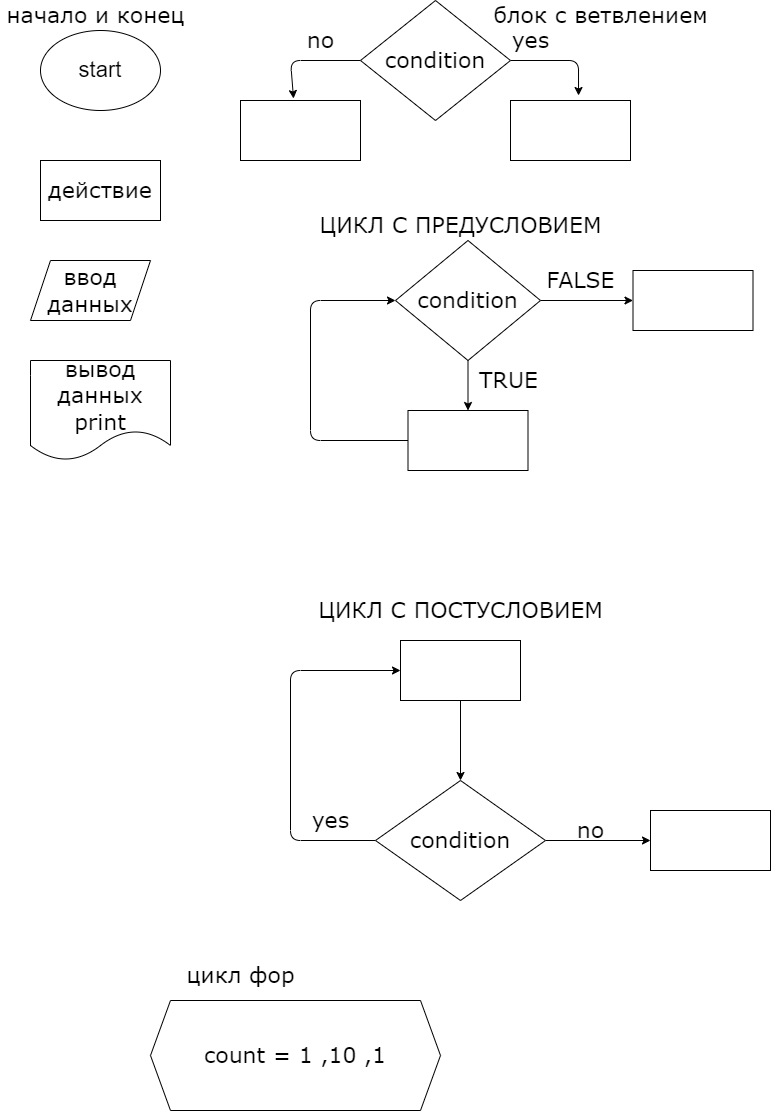
Above: ex000.drawio.png in KiraStarikova/Practice_nwe (draw.io), before the change. Source tidied: cells renumbered, new cells last; positions are measured from the earlier drawing's top-left corner, leaving out a move shared by most shapes. Its diagram source:
```xml
<mxGraphModel>
  <root>
    <mxCell id="0" />
    <mxCell id="1" parent="0" />
    <mxCell id="2" value="start" style="ellipse;whiteSpace=wrap;html=1;fontSize=22;" parent="1" vertex="1">
      <mxGeometry x="40" y="30" width="120" height="80" as="geometry" />
    </mxCell>
    <mxCell id="3" value="начало и конец&lt;br&gt;" style="text;html=1;align=center;verticalAlign=middle;points=[];strokeColor=none;fillColor=none;fontSize=22;fontFamily=Verdana;" parent="1" vertex="1">
      <mxGeometry width="190" height="30" as="geometry" />
    </mxCell>
    <mxCell id="4" value="действие" style="rounded=0;whiteSpace=wrap;html=1;fontFamily=Verdana;fontSize=22;" parent="1" vertex="1">
      <mxGeometry x="40" y="160" width="120" height="60" as="geometry" />
    </mxCell>
    <mxCell id="5" value="ввод данных" style="shape=parallelogram;perimeter=parallelogramPerimeter;whiteSpace=wrap;html=1;fixedSize=1;fontFamily=Verdana;fontSize=22;" parent="1" vertex="1">
      <mxGeometry x="30" y="260" width="120" height="60" as="geometry" />
    </mxCell>
    <mxCell id="6" value="вывод данных&lt;br&gt;print" style="shape=document;whiteSpace=wrap;html=1;boundedLbl=1;fontFamily=Verdana;fontSize=22;" parent="1" vertex="1">
      <mxGeometry x="30" y="360" width="140" height="100" as="geometry" />
    </mxCell>
    <mxCell id="7" style="edgeStyle=none;html=1;exitX=1;exitY=0.5;exitDx=0;exitDy=0;entryX=0.567;entryY=-0.083;entryDx=0;entryDy=0;entryPerimeter=0;fontFamily=Verdana;fontSize=22;" parent="1" edge="1" source="9" target="10">
      <mxGeometry relative="1" as="geometry">
        <Array as="points">
          <mxPoint x="578" y="60" />
        </Array>
      </mxGeometry>
    </mxCell>
    <mxCell id="8" style="edgeStyle=none;html=1;exitX=0;exitY=0.5;exitDx=0;exitDy=0;entryX=0.442;entryY=-0.033;entryDx=0;entryDy=0;entryPerimeter=0;fontFamily=Verdana;fontSize=22;" parent="1" edge="1" source="9" target="11">
      <mxGeometry relative="1" as="geometry">
        <Array as="points">
          <mxPoint x="290" y="60" />
        </Array>
      </mxGeometry>
    </mxCell>
    <mxCell id="9" value="condition" style="rhombus;whiteSpace=wrap;html=1;fontFamily=Verdana;fontSize=22;" parent="1" vertex="1">
      <mxGeometry x="360" width="150" height="120" as="geometry" />
    </mxCell>
    <mxCell id="10" style="rounded=0;whiteSpace=wrap;html=1;fontFamily=Verdana;fontSize=22;" parent="1" vertex="1">
      <mxGeometry x="510" y="100" width="120" height="60" as="geometry" />
    </mxCell>
    <mxCell id="11" style="rounded=0;whiteSpace=wrap;html=1;fontFamily=Verdana;fontSize=22;" parent="1" vertex="1">
      <mxGeometry x="240" y="100" width="120" height="60" as="geometry" />
    </mxCell>
    <mxCell id="12" value="yes" style="text;html=1;align=center;verticalAlign=middle;strokeColor=none;fillColor=none;fontSize=22;fontFamily=Verdana;" parent="1" vertex="1">
      <mxGeometry x="505" y="25" width="50" height="30" as="geometry" />
    </mxCell>
    <mxCell id="13" value="no" style="text;html=1;align=center;verticalAlign=middle;strokeColor=none;fillColor=none;fontSize=22;fontFamily=Verdana;" parent="1" vertex="1">
      <mxGeometry x="300" y="25" width="40" height="30" as="geometry" />
    </mxCell>
    <mxCell id="14" style="edgeStyle=none;html=1;entryX=0.5;entryY=0;entryDx=0;entryDy=0;fontFamily=Verdana;fontSize=22;" parent="1" edge="1" source="16" target="18">
      <mxGeometry relative="1" as="geometry" />
    </mxCell>
    <mxCell id="15" style="edgeStyle=none;html=1;fontFamily=Verdana;fontSize=22;" parent="1" edge="1" source="16" target="21">
      <mxGeometry relative="1" as="geometry" />
    </mxCell>
    <mxCell id="16" value="condition" style="rhombus;whiteSpace=wrap;html=1;fontFamily=Verdana;fontSize=22;" parent="1" vertex="1">
      <mxGeometry x="395" y="240" width="145" height="120" as="geometry" />
    </mxCell>
    <mxCell id="17" style="edgeStyle=none;html=1;exitX=0;exitY=0.5;exitDx=0;exitDy=0;entryX=0;entryY=0.5;entryDx=0;entryDy=0;fontFamily=Verdana;fontSize=22;" parent="1" edge="1" source="18" target="16">
      <mxGeometry relative="1" as="geometry">
        <Array as="points">
          <mxPoint x="310" y="440" />
          <mxPoint x="310" y="300" />
        </Array>
      </mxGeometry>
    </mxCell>
    <mxCell id="18" style="rounded=0;whiteSpace=wrap;html=1;fontFamily=Verdana;fontSize=22;" parent="1" vertex="1">
      <mxGeometry x="407.5" y="410" width="120" height="60" as="geometry" />
    </mxCell>
    <mxCell id="19" value="TRUE" style="text;html=1;align=center;verticalAlign=middle;strokeColor=none;fillColor=none;fontSize=22;fontFamily=Verdana;" parent="1" vertex="1">
      <mxGeometry x="472.5" y="365" width="70" height="30" as="geometry" />
    </mxCell>
    <mxCell id="20" value="ЦИКЛ С ПРЕДУСЛОВИЕМ" style="text;html=1;align=center;verticalAlign=middle;strokeColor=none;fillColor=none;fontSize=22;fontFamily=Verdana;" parent="1" vertex="1">
      <mxGeometry x="310" y="210" width="300" height="30" as="geometry" />
    </mxCell>
    <mxCell id="21" style="whiteSpace=wrap;html=1;fontSize=22;fontFamily=Verdana;" parent="1" vertex="1">
      <mxGeometry x="632.5" y="270" width="120" height="60" as="geometry" />
    </mxCell>
    <mxCell id="22" value="FALSE" style="text;html=1;align=center;verticalAlign=middle;strokeColor=none;fillColor=none;fontSize=22;fontFamily=Verdana;" parent="1" vertex="1">
      <mxGeometry x="540" y="265" width="80" height="30" as="geometry" />
    </mxCell>
    <mxCell id="23" style="edgeStyle=none;html=1;fontFamily=Verdana;fontSize=22;" parent="1" edge="1" source="24" target="27">
      <mxGeometry relative="1" as="geometry" />
    </mxCell>
    <mxCell id="24" style="rounded=0;whiteSpace=wrap;html=1;fontFamily=Verdana;fontSize=22;" parent="1" vertex="1">
      <mxGeometry x="400" y="640" width="120" height="60" as="geometry" />
    </mxCell>
    <mxCell id="25" style="edgeStyle=none;html=1;entryX=0;entryY=0.5;entryDx=0;entryDy=0;fontFamily=Verdana;fontSize=22;exitX=0;exitY=0.5;exitDx=0;exitDy=0;" parent="1" edge="1" source="27" target="24">
      <mxGeometry relative="1" as="geometry">
        <Array as="points">
          <mxPoint x="290" y="840" />
          <mxPoint x="290" y="670" />
        </Array>
      </mxGeometry>
    </mxCell>
    <mxCell id="26" style="edgeStyle=none;html=1;fontFamily=Verdana;fontSize=22;" parent="1" edge="1" source="27" target="29">
      <mxGeometry relative="1" as="geometry" />
    </mxCell>
    <mxCell id="27" value="condition" style="rhombus;whiteSpace=wrap;html=1;fontSize=22;fontFamily=Verdana;rounded=0;" parent="1" vertex="1">
      <mxGeometry x="375" y="780" width="170" height="120" as="geometry" />
    </mxCell>
    <mxCell id="28" value="yes" style="text;html=1;align=center;verticalAlign=middle;strokeColor=none;fillColor=none;fontSize=22;fontFamily=Verdana;" parent="1" vertex="1">
      <mxGeometry x="305" y="805" width="50" height="30" as="geometry" />
    </mxCell>
    <mxCell id="29" style="whiteSpace=wrap;html=1;fontSize=22;fontFamily=Verdana;rounded=0;" parent="1" vertex="1">
      <mxGeometry x="650" y="810" width="120" height="60" as="geometry" />
    </mxCell>
    <mxCell id="30" value="no" style="text;html=1;align=center;verticalAlign=middle;strokeColor=none;fillColor=none;fontSize=22;fontFamily=Verdana;" parent="1" vertex="1">
      <mxGeometry x="570" y="815" width="40" height="30" as="geometry" />
    </mxCell>
    <mxCell id="31" value="ЦИКЛ С ПОСТУСЛОВИЕМ" style="text;html=1;align=center;verticalAlign=middle;strokeColor=none;fillColor=none;fontSize=22;fontFamily=Verdana;" parent="1" vertex="1">
      <mxGeometry x="310" y="595" width="300" height="30" as="geometry" />
    </mxCell>
    <mxCell id="32" value="блок с ветвлением" style="text;html=1;align=center;verticalAlign=middle;strokeColor=none;fillColor=none;fontSize=22;fontFamily=Verdana;" parent="1" vertex="1">
      <mxGeometry x="485" width="230" height="30" as="geometry" />
    </mxCell>
    <mxCell id="33" value="count = 1 ,10 ,1" style="shape=hexagon;perimeter=hexagonPerimeter2;whiteSpace=wrap;html=1;fixedSize=1;fontFamily=Verdana;fontSize=22;" parent="1" vertex="1">
      <mxGeometry x="150" y="1000" width="290" height="110" as="geometry" />
    </mxCell>
    <mxCell id="34" value="цикл фор" style="text;html=1;align=center;verticalAlign=middle;strokeColor=none;fillColor=none;fontSize=22;fontFamily=Verdana;" parent="1" vertex="1">
      <mxGeometry x="180" y="960" width="120" height="30" as="geometry" />
    </mxCell>
  </root>
</mxGraphModel>
```
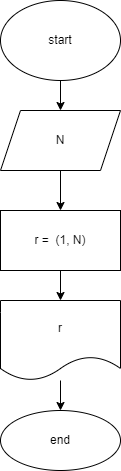
After the commit.

Commit message:
схема выбора случайного числа

Diff of the diagram source:
```diff
@@ -2,122 +2,32 @@
   <root>
     <mxCell id="0" />
     <mxCell id="1" parent="0" />
+    <mxCell id="4" style="edgeStyle=none;html=1;" parent="1" edge="1" source="2" target="3">
+      <mxGeometry relative="1" as="geometry" />
+    </mxCell>
-    <mxCell id="2" value="start" style="ellipse;whiteSpace=wrap;html=1;fontSize=22;" parent="1" vertex="1">
-      <mxGeometry x="40" y="30" width="120" height="80" as="geometry" />
+    <mxCell id="2" value="start" style="ellipse;whiteSpace=wrap;html=1;" parent="1" vertex="1">
+      <mxGeometry x="160" y="30" width="120" height="80" as="geometry" />
     </mxCell>
+    <mxCell id="9" style="edgeStyle=none;html=1;" parent="1" edge="1" source="3" target="6">
+      <mxGeometry relative="1" as="geometry" />
+    </mxCell>
-    <mxCell id="3" value="начало и конец&lt;br&gt;" style="text;html=1;align=center;verticalAlign=middle;points=[];strokeColor=none;fillColor=none;fontSize=22;fontFamily=Verdana;" parent="1" vertex="1">
-      <mxGeometry width="190" height="30" as="geometry" />
+    <mxCell id="3" value="N" style="shape=parallelogram;perimeter=parallelogramPerimeter;whiteSpace=wrap;html=1;fixedSize=1;" parent="1" vertex="1">
+      <mxGeometry x="160" y="140" width="120" height="60" as="geometry" />
     </mxCell>
-    <mxCell id="4" value="действие" style="rounded=0;whiteSpace=wrap;html=1;fontFamily=Verdana;fontSize=22;" parent="1" vertex="1">
-      <mxGeometry x="40" y="160" width="120" height="60" as="geometry" />
-    </mxCell>
-    <mxCell id="5" value="ввод данных" style="shape=parallelogram;perimeter=parallelogramPerimeter;whiteSpace=wrap;html=1;fixedSize=1;fontFamily=Verdana;fontSize=22;" parent="1" vertex="1">
-      <mxGeometry x="30" y="260" width="120" height="60" as="geometry" />
-    </mxCell>
+    <mxCell id="11" style="edgeStyle=none;html=1;" parent="1" edge="1" source="6" target="10">
+      <mxGeometry relative="1" as="geometry" />
+    </mxCell>
-    <mxCell id="6" value="вывод данных&lt;br&gt;print" style="shape=document;whiteSpace=wrap;html=1;boundedLbl=1;fontFamily=Verdana;fontSize=22;" parent="1" vertex="1">
-      <mxGeometry x="30" y="360" width="140" height="100" as="geometry" />
+    <mxCell id="6" value="r =&amp;nbsp; (1, N)" style="whiteSpace=wrap;html=1;" parent="1" vertex="1">
+      <mxGeometry x="160" y="240" width="120" height="60" as="geometry" />
     </mxCell>
+    <mxCell id="8" style="edgeStyle=none;html=1;" parent="1" edge="1" source="10" target="7">
+      <mxGeometry relative="1" as="geometry" />
+    </mxCell>
+    <mxCell id="10" value="r" style="shape=document;whiteSpace=wrap;html=1;boundedLbl=1;" parent="1" vertex="1">
+      <mxGeometry x="160" y="330" width="120" height="80" as="geometry" />
+    </mxCell>
-    <mxCell id="7" style="edgeStyle=none;html=1;exitX=1;exitY=0.5;exitDx=0;exitDy=0;entryX=0.567;entryY=-0.083;entryDx=0;entryDy=0;entryPerimeter=0;fontFamily=Verdana;fontSize=22;" parent="1" edge="1" source="9" target="10">
-      <mxGeometry relative="1" as="geometry">
-        <Array as="points">
-          <mxPoint x="578" y="60" />
-        </Array>
-      </mxGeometry>
+    <mxCell id="7" value="end" style="ellipse;whiteSpace=wrap;html=1;" parent="1" vertex="1">
+      <mxGeometry x="160" y="440" width="120" height="60" as="geometry" />
     </mxCell>
-    <mxCell id="8" style="edgeStyle=none;html=1;exitX=0;exitY=0.5;exitDx=0;exitDy=0;entryX=0.442;entryY=-0.033;entryDx=0;entryDy=0;entryPerimeter=0;fontFamily=Verdana;fontSize=22;" parent="1" edge="1" source="9" target="11">
-      <mxGeometry relative="1" as="geometry">
-        <Array as="points">
-          <mxPoint x="290" y="60" />
-        </Array>
-      </mxGeometry>
-    </mxCell>
-    <mxCell id="9" value="condition" style="rhombus;whiteSpace=wrap;html=1;fontFamily=Verdana;fontSize=22;" parent="1" vertex="1">
-      <mxGeometry x="360" width="150" height="120" as="geometry" />
-    </mxCell>
-    <mxCell id="10" style="rounded=0;whiteSpace=wrap;html=1;fontFamily=Verdana;fontSize=22;" parent="1" vertex="1">
-      <mxGeometry x="510" y="100" width="120" height="60" as="geometry" />
-    </mxCell>
-    <mxCell id="11" style="rounded=0;whiteSpace=wrap;html=1;fontFamily=Verdana;fontSize=22;" parent="1" vertex="1">
-      <mxGeometry x="240" y="100" width="120" height="60" as="geometry" />
-    </mxCell>
-    <mxCell id="12" value="yes" style="text;html=1;align=center;verticalAlign=middle;strokeColor=none;fillColor=none;fontSize=22;fontFamily=Verdana;" parent="1" vertex="1">
-      <mxGeometry x="505" y="25" width="50" height="30" as="geometry" />
-    </mxCell>
-    <mxCell id="13" value="no" style="text;html=1;align=center;verticalAlign=middle;strokeColor=none;fillColor=none;fontSize=22;fontFamily=Verdana;" parent="1" vertex="1">
-      <mxGeometry x="300" y="25" width="40" height="30" as="geometry" />
-    </mxCell>
-    <mxCell id="14" style="edgeStyle=none;html=1;entryX=0.5;entryY=0;entryDx=0;entryDy=0;fontFamily=Verdana;fontSize=22;" parent="1" edge="1" source="16" target="18">
-      <mxGeometry relative="1" as="geometry" />
-    </mxCell>
-    <mxCell id="15" style="edgeStyle=none;html=1;fontFamily=Verdana;fontSize=22;" parent="1" edge="1" source="16" target="21">
-      <mxGeometry relative="1" as="geometry" />
-    </mxCell>
-    <mxCell id="16" value="condition" style="rhombus;whiteSpace=wrap;html=1;fontFamily=Verdana;fontSize=22;" parent="1" vertex="1">
-      <mxGeometry x="395" y="240" width="145" height="120" as="geometry" />
-    </mxCell>
-    <mxCell id="17" style="edgeStyle=none;html=1;exitX=0;exitY=0.5;exitDx=0;exitDy=0;entryX=0;entryY=0.5;entryDx=0;entryDy=0;fontFamily=Verdana;fontSize=22;" parent="1" edge="1" source="18" target="16">
-      <mxGeometry relative="1" as="geometry">
-        <Array as="points">
-          <mxPoint x="310" y="440" />
-          <mxPoint x="310" y="300" />
-        </Array>
-      </mxGeometry>
-    </mxCell>
-    <mxCell id="18" style="rounded=0;whiteSpace=wrap;html=1;fontFamily=Verdana;fontSize=22;" parent="1" vertex="1">
-      <mxGeometry x="407.5" y="410" width="120" height="60" as="geometry" />
-    </mxCell>
-    <mxCell id="19" value="TRUE" style="text;html=1;align=center;verticalAlign=middle;strokeColor=none;fillColor=none;fontSize=22;fontFamily=Verdana;" parent="1" vertex="1">
-      <mxGeometry x="472.5" y="365" width="70" height="30" as="geometry" />
-    </mxCell>
-    <mxCell id="20" value="ЦИКЛ С ПРЕДУСЛОВИЕМ" style="text;html=1;align=center;verticalAlign=middle;strokeColor=none;fillColor=none;fontSize=22;fontFamily=Verdana;" parent="1" vertex="1">
-      <mxGeometry x="310" y="210" width="300" height="30" as="geometry" />
-    </mxCell>
-    <mxCell id="21" style="whiteSpace=wrap;html=1;fontSize=22;fontFamily=Verdana;" parent="1" vertex="1">
-      <mxGeometry x="632.5" y="270" width="120" height="60" as="geometry" />
-    </mxCell>
-    <mxCell id="22" value="FALSE" style="text;html=1;align=center;verticalAlign=middle;strokeColor=none;fillColor=none;fontSize=22;fontFamily=Verdana;" parent="1" vertex="1">
-      <mxGeometry x="540" y="265" width="80" height="30" as="geometry" />
-    </mxCell>
-    <mxCell id="23" style="edgeStyle=none;html=1;fontFamily=Verdana;fontSize=22;" parent="1" edge="1" source="24" target="27">
-      <mxGeometry relative="1" as="geometry" />
-    </mxCell>
-    <mxCell id="24" style="rounded=0;whiteSpace=wrap;html=1;fontFamily=Verdana;fontSize=22;" parent="1" vertex="1">
-      <mxGeometry x="400" y="640" width="120" height="60" as="geometry" />
-    </mxCell>
-    <mxCell id="25" style="edgeStyle=none;html=1;entryX=0;entryY=0.5;entryDx=0;entryDy=0;fontFamily=Verdana;fontSize=22;exitX=0;exitY=0.5;exitDx=0;exitDy=0;" parent="1" edge="1" source="27" target="24">
-      <mxGeometry relative="1" as="geometry">
-        <Array as="points">
-          <mxPoint x="290" y="840" />
-          <mxPoint x="290" y="670" />
-        </Array>
-      </mxGeometry>
-    </mxCell>
-    <mxCell id="26" style="edgeStyle=none;html=1;fontFamily=Verdana;fontSize=22;" parent="1" edge="1" source="27" target="29">
-      <mxGeometry relative="1" as="geometry" />
-    </mxCell>
-    <mxCell id="27" value="condition" style="rhombus;whiteSpace=wrap;html=1;fontSize=22;fontFamily=Verdana;rounded=0;" parent="1" vertex="1">
-      <mxGeometry x="375" y="780" width="170" height="120" as="geometry" />
-    </mxCell>
-    <mxCell id="28" value="yes" style="text;html=1;align=center;verticalAlign=middle;strokeColor=none;fillColor=none;fontSize=22;fontFamily=Verdana;" parent="1" vertex="1">
-      <mxGeometry x="305" y="805" width="50" height="30" as="geometry" />
-    </mxCell>
-    <mxCell id="29" style="whiteSpace=wrap;html=1;fontSize=22;fontFamily=Verdana;rounded=0;" parent="1" vertex="1">
-      <mxGeometry x="650" y="810" width="120" height="60" as="geometry" />
-    </mxCell>
-    <mxCell id="30" value="no" style="text;html=1;align=center;verticalAlign=middle;strokeColor=none;fillColor=none;fontSize=22;fontFamily=Verdana;" parent="1" vertex="1">
-      <mxGeometry x="570" y="815" width="40" height="30" as="geometry" />
-    </mxCell>
-    <mxCell id="31" value="ЦИКЛ С ПОСТУСЛОВИЕМ" style="text;html=1;align=center;verticalAlign=middle;strokeColor=none;fillColor=none;fontSize=22;fontFamily=Verdana;" parent="1" vertex="1">
-      <mxGeometry x="310" y="595" width="300" height="30" as="geometry" />
-    </mxCell>
-    <mxCell id="32" value="блок с ветвлением" style="text;html=1;align=center;verticalAlign=middle;strokeColor=none;fillColor=none;fontSize=22;fontFamily=Verdana;" parent="1" vertex="1">
-      <mxGeometry x="485" width="230" height="30" as="geometry" />
-    </mxCell>
-    <mxCell id="33" value="count = 1 ,10 ,1" style="shape=hexagon;perimeter=hexagonPerimeter2;whiteSpace=wrap;html=1;fixedSize=1;fontFamily=Verdana;fontSize=22;" parent="1" vertex="1">
-      <mxGeometry x="150" y="1000" width="290" height="110" as="geometry" />
-    </mxCell>
-    <mxCell id="34" value="цикл фор" style="text;html=1;align=center;verticalAlign=middle;strokeColor=none;fillColor=none;fontSize=22;fontFamily=Verdana;" parent="1" vertex="1">
-      <mxGeometry x="180" y="960" width="120" height="30" as="geometry" />
-    </mxCell>
   </root>
 </mxGraphModel>
```
